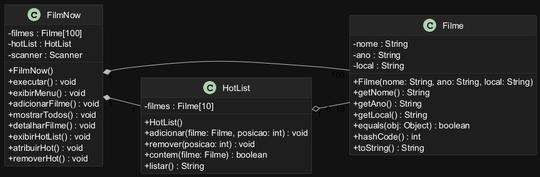
juliovlpsp-commits/LAB03 keeps this PlantUML diagram as docs/FilmNow_UML.png. Above is the earlier version.
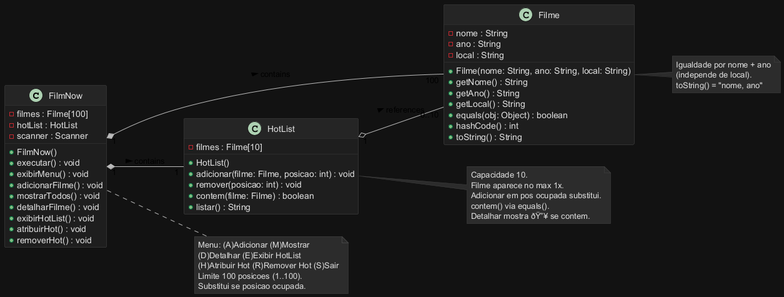
After the change.

What changed in the source:
```diff
@@ -5,12 +5,13 @@
 skinparam ArrowColor #BBBBBB
 skinparam ClassBackgroundColor #1E1E1E
 skinparam ClassBorderColor #3A3A3A
-skinparam ClassFontColor #FFFFFF
-skinparam ClassAttributeFontColor #FFFFFF
+skinparam ClassFontColor #E0E0E0
+skinparam ClassAttributeFontColor #E0E0E0
 skinparam ClassStereotypeFontColor #90CAF9
 skinparam ClassHeaderBackgroundColor #252525
-skinparam PackageBackgroundColor #121212
-skinparam classAttributeIconSize 0
+skinparam NoteBackgroundColor #2C2C2C
+skinparam NoteBorderColor #444444
+skinparam NoteFontColor #E0E0E0
 
 class FilmNow {
   - filmes : Filme[100]
@@ -49,7 +50,29 @@
   + listar() : String
 }
 
-FilmNow "1" *-- "100" Filme
-FilmNow "1" *-- "1" HotList
-HotList "1" o-- "0..10" Filme
+FilmNow "1" *-- "100" Filme : contains >
+FilmNow "1" *-- "1" HotList : contains >
+HotList "1" o-- "0..10" Filme : references >
+
+note right of FilmNow
+  Menu: (A)Adicionar (M)Mostrar
+  (D)Detalhar (E)Exibir HotList
+  (H)Atribuir Hot (R)Remover Hot (S)Sair
+  Limite 100 posicoes (1..100).
+  Substitui se posicao ocupada.
+end note
+
+note right of Filme
+  Igualdade por nome + ano
+  (independe de local).
+  toString() = "nome, ano"
+end note
+
+note right of HotList
+  Capacidade 10.
+  Filme aparece no max 1x.
+  Adicionar em pos ocupada substitui.
+  contem() via equals().
+  Detalhar mostra ðŸ”¥ se contem.
+end note
 @enduml
```
